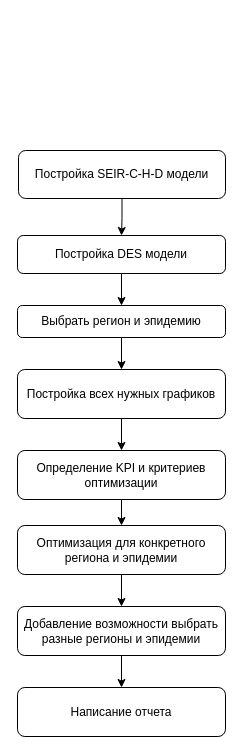
Earlier version of the draw.io diagram RoadMap.drawio (GeorgyNikolaev/Hospital-management). Source tidied: cells renumbered, new cells numbered last; positions are measured from the earlier drawing's top-left corner, leaving out a move shared by most shapes. Both pictures are drawn from the tidied source at 100%, with x=0, y=0 at pixel (17, 150).
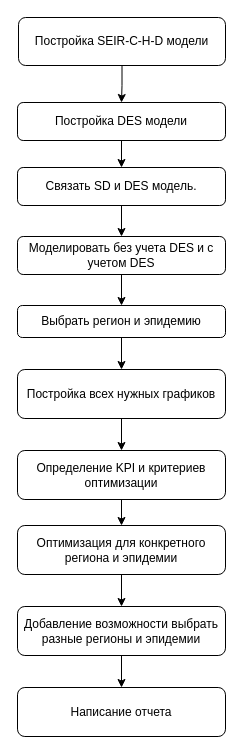
Above is the later version.

Unchanged cells that the change refers to:
```xml
<mxCell id="7" value="Выбрать регион и эпидемию" style="rounded=1;whiteSpace=wrap;html=1;" parent="1" vertex="1">
  <mxGeometry y="155" width="208" height="32" as="geometry" />
</mxCell>
```

Diff of the diagram source:
```diff
@@
     <mxCell id="3" value="Постройка SEIR-C-H-D модели" style="rounded=1;whiteSpace=wrap;html=1;" parent="1" vertex="1">
-      <mxGeometry x="1" width="207" height="48" as="geometry" />
+      <mxGeometry x="1" y="-133" width="207" height="48" as="geometry" />
     </mxCell>
-    <mxCell id="4" style="edgeStyle=orthogonalEdgeStyle;rounded=0;jettySize=auto;html=1;" parent="1" edge="1" source="5" target="7">
+    <mxCell id="4" style="edgeStyle=orthogonalEdgeStyle;rounded=0;jettySize=auto;html=1;" parent="1" edge="1" source="20" target="7">
       <mxGeometry relative="1" as="geometry" />
     </mxCell>
     <mxCell id="5" value="Постройка DES модели" style="rounded=1;whiteSpace=wrap;html=1;" parent="1" vertex="1">
-      <mxGeometry y="85" width="208" height="38" as="geometry" />
+      <mxGeometry y="-48" width="208" height="38" as="geometry" />
     </mxCell>
@@
+    <mxCell id="17" style="edgeStyle=orthogonalEdgeStyle;rounded=0;jettySize=auto;html=1;" parent="1" edge="1" source="5" target="18">
+      <mxGeometry relative="1" as="geometry" />
+    </mxCell>
+    <mxCell id="18" value="Связать SD и DES модель." style="rounded=1;whiteSpace=wrap;html=1;" parent="1" vertex="1">
+      <mxGeometry y="17" width="208" height="38" as="geometry" />
+    </mxCell>
+    <mxCell id="19" style="edgeStyle=orthogonalEdgeStyle;rounded=0;jettySize=auto;html=1;" parent="1" edge="1" source="18" target="20">
+      <mxGeometry relative="1" as="geometry" />
+    </mxCell>
+    <mxCell id="20" value="Моделировать без учета DES и с учетом DES" style="rounded=1;whiteSpace=wrap;html=1;" parent="1" vertex="1">
+      <mxGeometry y="86" width="208" height="38" as="geometry" />
+    </mxCell>
```
